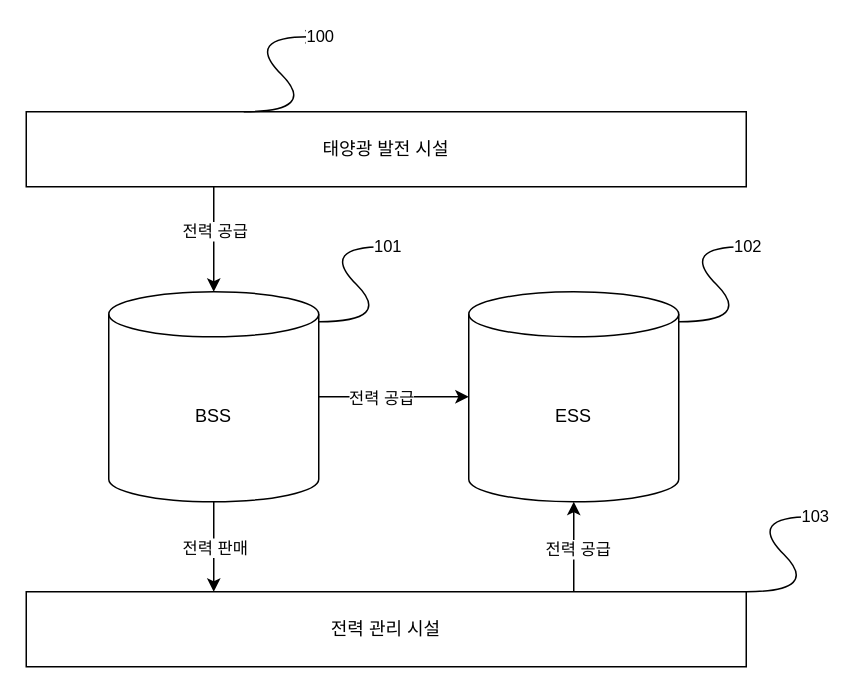
This is 제목 없는 다이어그램.drawio from ChanY00/-, a draw.io file, before an edit. Source tidied: cells renumbered, new cells numbered last; positions are measured from the earlier drawing's top-left corner, leaving out a move shared by most shapes. Both pictures are drawn from the tidied source at 150%, with x=0, y=0 at pixel (26, 36).
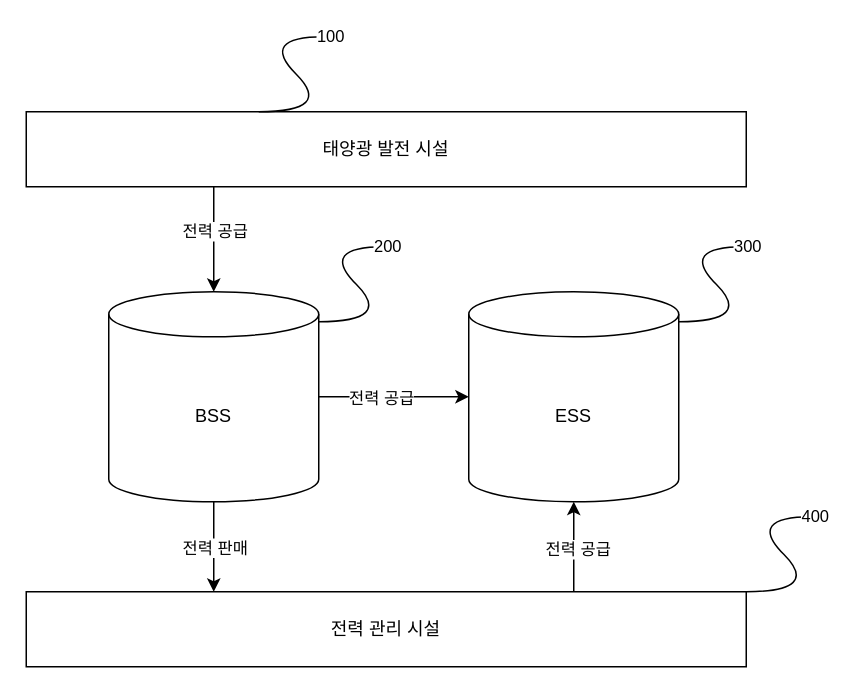
The same diagram, later.

Commit message (it also covers changes not shown here):
제목 없는 다이어그램.drawio 업데이트

Unchanged cells that the change refers to:
```xml
<mxCell id="16" style="curved=1;endArrow=classic;html=1;rounded=0;" parent="1" edge="1">
  <mxGeometry relative="1" as="geometry">
    <mxPoint x="195" y="190" as="sourcePoint" />
    <mxPoint x="245" y="140" as="targetPoint" />
    <Array as="points">
      <mxPoint x="245" y="190" />
      <mxPoint x="195" y="140" />
    </Array>
  </mxGeometry>
</mxCell>
<mxCell id="18" style="curved=1;endArrow=classic;html=1;rounded=0;" parent="1" edge="1">
  <mxGeometry relative="1" as="geometry">
    <mxPoint x="435" y="190" as="sourcePoint" />
    <mxPoint x="485" y="140" as="targetPoint" />
    <Array as="points">
      <mxPoint x="485" y="190" />
      <mxPoint x="435" y="140" />
    </Array>
  </mxGeometry>
</mxCell>
<mxCell id="20" style="curved=1;endArrow=classic;html=1;rounded=0;" parent="1" edge="1">
  <mxGeometry relative="1" as="geometry">
    <mxPoint x="480" y="370" as="sourcePoint" />
    <mxPoint x="530" y="320" as="targetPoint" />
    <Array as="points">
      <mxPoint x="530" y="370" />
      <mxPoint x="480" y="320" />
    </Array>
  </mxGeometry>
</mxCell>
```

The edit, as a diff of the source:
```diff
@@
     <mxCell id="14" style="curved=1;endArrow=classic;html=1;rounded=0;" parent="1" edge="1">
       <mxGeometry relative="1" as="geometry">
-        <mxPoint x="145" y="50" as="sourcePoint" />
-        <mxPoint x="195" as="targetPoint" />
+        <mxPoint x="155" y="50" as="sourcePoint" />
+        <mxPoint x="205" as="targetPoint" />
         <Array as="points">
-          <mxPoint x="195" y="50" />
-          <mxPoint x="145" />
+          <mxPoint x="205" y="50" />
+          <mxPoint x="155" />
         </Array>
       </mxGeometry>
     </mxCell>
-    <mxCell id="15" value="100" style="edgeLabel;html=1;align=center;verticalAlign=middle;" parent="14" vertex="1">
+    <mxCell id="15" value="100&amp;nbsp;&amp;nbsp;" style="edgeLabel;html=1;align=center;verticalAlign=middle;" parent="14" vertex="1">
       <mxGeometry x="0.83" y="1" relative="1" as="geometry">
         <mxPoint x="15" as="offset" />
       </mxGeometry>
     </mxCell>
@@
-    <mxCell id="17" value="101" style="edgeLabel;html=1;align=center;verticalAlign=middle;" parent="16" vertex="1">
+    <mxCell id="17" value="200" style="edgeLabel;html=1;align=center;verticalAlign=middle;" parent="16" vertex="1">
       <mxGeometry x="0.83" y="1" relative="1" as="geometry">
         <mxPoint x="10" as="offset" />
       </mxGeometry>
     </mxCell>
@@
-    <mxCell id="19" value="102" style="edgeLabel;html=1;align=center;verticalAlign=middle;" parent="18" vertex="1">
+    <mxCell id="19" value="300" style="edgeLabel;html=1;align=center;verticalAlign=middle;" parent="18" vertex="1">
       <mxGeometry x="0.83" y="1" relative="1" as="geometry">
         <mxPoint x="10" as="offset" />
       </mxGeometry>
     </mxCell>
@@
-    <mxCell id="21" value="103" style="edgeLabel;html=1;align=center;verticalAlign=middle;" parent="20" vertex="1">
+    <mxCell id="21" value="400" style="edgeLabel;html=1;align=center;verticalAlign=middle;" parent="20" vertex="1">
       <mxGeometry x="0.83" y="1" relative="1" as="geometry">
         <mxPoint x="10" as="offset" />
       </mxGeometry>
     </mxCell>
```
